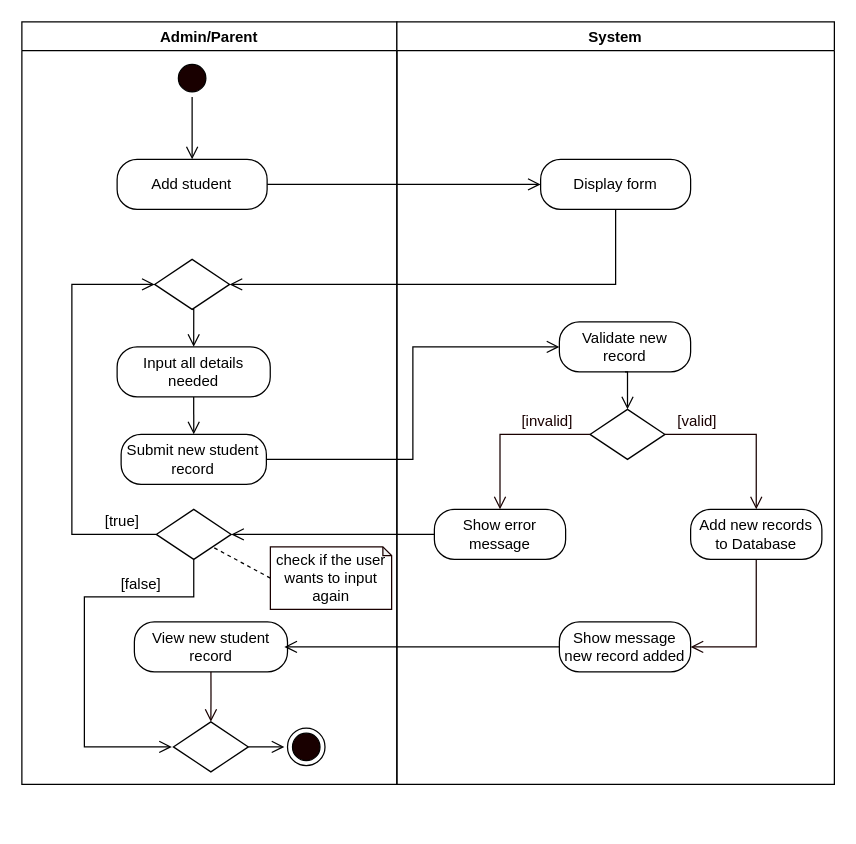
Earlier version of the draw.io diagram page "Add Student" (1 of 12) of REVISIONS/UML-DIAGRAMS/6-9-2021/ACTIVITY DIAGRAM/ACTIVITY DIAGRAM.drawio (mrklglsn/CAPSTONE-FILES). Source tidied: cells renumbered, new cells numbered last; positions are measured from the earlier drawing's top-left corner, leaving out a move shared by most shapes. Both pictures are drawn from the tidied source at 125%, with x=0, y=0 at pixel (21, 21).
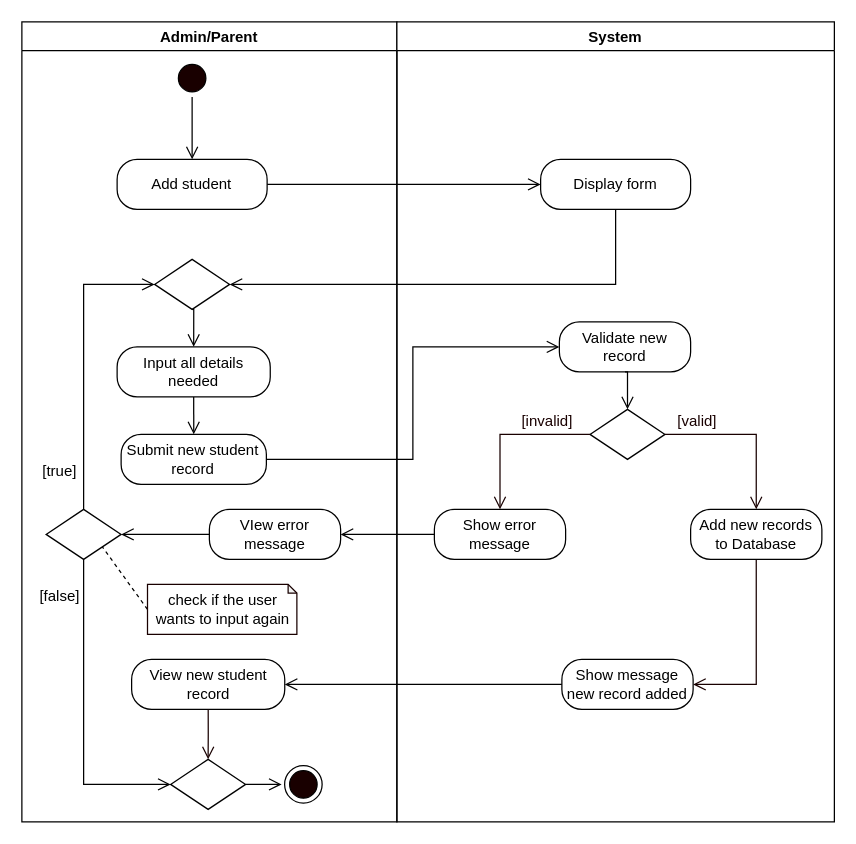
The same diagram, later.

Unchanged cells that the change refers to:
```xml
<mxCell id="10" style="rhombus;whiteSpace=wrap;html=1;" parent="2" vertex="1">
  <mxGeometry x="106.2" y="190" width="60" height="40" as="geometry" />
</mxCell>
<mxCell id="27" value="Show error message" style="rounded=1;whiteSpace=wrap;html=1;arcSize=40;" parent="21" vertex="1">
  <mxGeometry x="30" y="390" width="105" height="40" as="geometry" />
</mxCell>
```

Change to the diagram source:
```diff
@@
     <mxCell id="2" value="Admin/Parent" style="swimlane;startSize=23;" parent="1" vertex="1">
-      <mxGeometry width="300" height="610" as="geometry" />
+      <mxGeometry width="300" height="640" as="geometry" />
     </mxCell>
@@
     <mxCell id="11" value="View new student record" style="rounded=1;whiteSpace=wrap;html=1;arcSize=40;" parent="2" vertex="1">
-      <mxGeometry x="90" y="480" width="122.5" height="40" as="geometry" />
+      <mxGeometry x="87.8" y="510" width="122.5" height="40" as="geometry" />
     </mxCell>
     <mxCell id="12" style="ellipse;html=1;shape=endState;fillColor=#190000;" parent="2" vertex="1">
-      <mxGeometry x="212.5" y="565" width="30" height="30" as="geometry" />
+      <mxGeometry x="210.2" y="595" width="30" height="30" as="geometry" />
     </mxCell>
     <mxCell id="13" style="edgeStyle=orthogonalEdgeStyle;rounded=0;jettySize=auto;html=1;exitX=0.5;exitY=1;exitDx=0;exitDy=0;fontColor=#FFFFFF;endArrow=open;endFill=0;endSize=8;strokeColor=#190000;entryX=0.5;entryY=0;entryDx=0;entryDy=0;" parent="2" edge="1" source="11">
       <mxGeometry relative="1" as="geometry">
-        <mxPoint x="151.2" y="560" as="targetPoint" />
+        <mxPoint x="149" y="590" as="targetPoint" />
       </mxGeometry>
     </mxCell>
-    <mxCell id="14" style="edgeStyle=orthogonalEdgeStyle;rounded=0;jettySize=auto;html=1;exitX=0;exitY=0.5;exitDx=0;exitDy=0;entryX=0;entryY=0.5;entryDx=0;entryDy=0;endArrow=open;endFill=0;endSize=8;" parent="2" edge="1" source="16" target="10">
-      <mxGeometry relative="1" as="geometry">
-        <Array as="points">
-          <mxPoint x="40" y="410" />
-          <mxPoint x="40" y="210" />
-        </Array>
-      </mxGeometry>
+    <mxCell id="14" style="edgeStyle=orthogonalEdgeStyle;rounded=0;jettySize=auto;html=1;exitX=0.5;exitY=0;exitDx=0;exitDy=0;entryX=0;entryY=0.5;entryDx=0;entryDy=0;endArrow=open;endFill=0;endSize=8;" parent="2" edge="1" source="16" target="10">
+      <mxGeometry relative="1" as="geometry" />
     </mxCell>
-    <mxCell id="15" style="edgeStyle=orthogonalEdgeStyle;rounded=0;jettySize=auto;html=1;exitX=0.5;exitY=1;exitDx=0;exitDy=0;endArrow=open;endFill=0;endSize=8;startArrow=none;" parent="2" edge="1" source="16">
-      <mxGeometry relative="1" as="geometry">
-        <mxPoint x="120" y="580" as="targetPoint" />
-        <Array as="points">
-          <mxPoint x="138" y="460" />
-          <mxPoint x="50" y="460" />
-          <mxPoint x="50" y="580" />
-        </Array>
-      </mxGeometry>
-    </mxCell>
+    <mxCell id="41" style="edgeStyle=orthogonalEdgeStyle;rounded=0;jettySize=auto;html=1;exitX=0.5;exitY=1;exitDx=0;exitDy=0;entryX=0;entryY=0.5;entryDx=0;entryDy=0;endArrow=open;endFill=0;endSize=8;" parent="2" edge="1" source="16" target="18">
+      <mxGeometry relative="1" as="geometry" />
+    </mxCell>
     <mxCell id="16" style="rhombus;whiteSpace=wrap;html=1;" parent="2" vertex="1">
-      <mxGeometry x="107.5" y="390" width="60" height="40" as="geometry" />
+      <mxGeometry x="19.4" y="390" width="60" height="40" as="geometry" />
     </mxCell>
     <mxCell id="17" value="[true]" style="text;html=1;align=center;verticalAlign=middle;strokeColor=none;" parent="2" vertex="1">
-      <mxGeometry x="60" y="390" width="40" height="20" as="geometry" />
+      <mxGeometry x="10" y="350" width="40" height="20" as="geometry" />
     </mxCell>
     <mxCell id="18" style="rhombus;whiteSpace=wrap;html=1;" parent="2" vertex="1">
-      <mxGeometry x="121.2" y="560" width="60" height="40" as="geometry" />
+      <mxGeometry x="119" y="590" width="60" height="40" as="geometry" />
     </mxCell>
@@
-    <mxCell id="20" value="check if the user wants to input again" style="shape=note;whiteSpace=wrap;html=1;backgroundOutline=1;darkOpacity=0.05;strokeColor=#190000;size=7;" parent="2" vertex="1">
-      <mxGeometry x="198.8" y="420" width="97" height="50" as="geometry" />
+    <mxCell id="20" value="check if the user &lt;br&gt;wants to input again" style="shape=note;whiteSpace=wrap;html=1;backgroundOutline=1;darkOpacity=0.05;strokeColor=#190000;size=7;" parent="2" vertex="1">
+      <mxGeometry x="100.5" y="450" width="119.5" height="40" as="geometry" />
     </mxCell>
+    <mxCell id="42" style="edgeStyle=orthogonalEdgeStyle;rounded=0;jettySize=auto;html=1;exitX=0;exitY=0.5;exitDx=0;exitDy=0;entryX=1;entryY=0.5;entryDx=0;entryDy=0;endArrow=open;endFill=0;endSize=8;" parent="2" edge="1" source="43" target="16">
+      <mxGeometry relative="1" as="geometry" />
+    </mxCell>
+    <mxCell id="43" value="VIew error message" style="rounded=1;whiteSpace=wrap;html=1;arcSize=40;" parent="2" vertex="1">
+      <mxGeometry x="150" y="390" width="105" height="40" as="geometry" />
+    </mxCell>
+    <mxCell id="39" value="[false]" style="text;html=1;align=center;verticalAlign=middle;strokeColor=none;" parent="2" vertex="1">
+      <mxGeometry x="5" y="450" width="50" height="20" as="geometry" />
+    </mxCell>
     <mxCell id="21" value="System" style="swimlane;" parent="1" vertex="1">
-      <mxGeometry x="300" width="350" height="610" as="geometry" />
+      <mxGeometry x="300" width="350" height="640" as="geometry" />
     </mxCell>
@@
     <mxCell id="32" value="Show message new record added" style="rounded=1;whiteSpace=wrap;html=1;arcSize=40;" parent="21" vertex="1">
-      <mxGeometry x="130" y="480" width="105" height="40" as="geometry" />
+      <mxGeometry x="132" y="510" width="105" height="40" as="geometry" />
     </mxCell>
@@
-    <mxCell id="37" style="edgeStyle=orthogonalEdgeStyle;rounded=0;jettySize=auto;html=1;exitX=0;exitY=0.5;exitDx=0;exitDy=0;endArrow=open;endFill=0;endSize=8;" parent="1" edge="1" source="32">
-      <mxGeometry relative="1" as="geometry">
-        <mxPoint x="210" y="500" as="targetPoint" />
-      </mxGeometry>
-    </mxCell>
-    <mxCell id="38" style="edgeStyle=orthogonalEdgeStyle;rounded=0;jettySize=auto;html=1;exitX=0;exitY=0.5;exitDx=0;exitDy=0;entryX=1;entryY=0.5;entryDx=0;entryDy=0;endArrow=open;endFill=0;endSize=8;" parent="1" edge="1" source="27" target="16">
-      <mxGeometry relative="1" as="geometry" />
-    </mxCell>
-    <mxCell id="39" value="[false]" style="text;html=1;align=center;verticalAlign=middle;strokeColor=none;" parent="1" vertex="1">
-      <mxGeometry x="70" y="440" width="50" height="20" as="geometry" />
-    </mxCell>
     <mxCell id="40" style="edgeStyle=orthogonalEdgeStyle;rounded=0;jettySize=auto;html=1;exitX=1;exitY=0.5;exitDx=0;exitDy=0;endArrow=open;endFill=0;endSize=8;" parent="1" edge="1" source="18">
       <mxGeometry relative="1" as="geometry">
-        <mxPoint x="210" y="580.1" as="targetPoint" />
+        <mxPoint x="207.8" y="610.1" as="targetPoint" />
       </mxGeometry>
     </mxCell>
+    <mxCell id="44" style="edgeStyle=orthogonalEdgeStyle;rounded=0;jettySize=auto;html=1;exitX=0;exitY=0.5;exitDx=0;exitDy=0;entryX=1;entryY=0.5;entryDx=0;entryDy=0;endArrow=open;endFill=0;endSize=8;" parent="1" edge="1" source="27" target="43">
+      <mxGeometry relative="1" as="geometry" />
+    </mxCell>
+    <mxCell id="45" style="edgeStyle=orthogonalEdgeStyle;rounded=0;jettySize=auto;html=1;exitX=0;exitY=0.5;exitDx=0;exitDy=0;endArrow=open;endFill=0;endSize=8;" parent="1" edge="1" source="32" target="11">
+      <mxGeometry relative="1" as="geometry" />
+    </mxCell>
```
